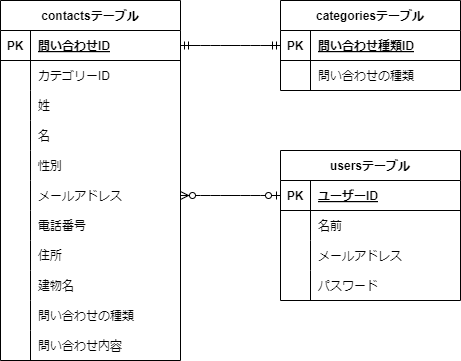
Above: ER.drawio.png in tontonkun/exam (draw.io), before the change. Source tidied: cells renumbered, new cells last; positions are measured from the earlier drawing's top-left corner, leaving out a move shared by most shapes. Source of this version:
```xml
<mxGraphModel>
  <root>
    <mxCell id="0" />
    <mxCell id="1" parent="0" />
    <mxCell id="2" value="contactsテーブル" style="shape=table;startSize=30;rowLines=0;fontStyle=1;align=center;" parent="1" vertex="1">
      <mxGeometry width="180" height="360" as="geometry" />
    </mxCell>
    <mxCell id="3" style="shape=tableRow;horizontal=0;startSize=0;swimlaneHead=0;swimlaneBody=0;fillColor=none;points=[[0,0.5],[1,0.5]];portConstraint=eastwest;top=0;left=0;right=0;bottom=1;" parent="2" vertex="1">
      <mxGeometry y="30" width="180" height="30" as="geometry" />
    </mxCell>
    <mxCell id="4" value="PK" style="shape=partialRectangle;fillColor=none;top=0;left=0;bottom=0;right=0;fontStyle=1;overflow=hidden;" parent="3" vertex="1">
      <mxGeometry width="30" height="30" as="geometry" />
    </mxCell>
    <mxCell id="5" value="問い合わせID" style="shape=partialRectangle;fillColor=none;top=0;left=0;bottom=0;right=0;align=left;spacingLeft=6;fontStyle=5;overflow=hidden;" parent="3" vertex="1">
      <mxGeometry x="30" width="150" height="30" as="geometry" />
    </mxCell>
    <mxCell id="6" style="shape=tableRow;horizontal=0;startSize=0;swimlaneHead=0;swimlaneBody=0;fillColor=none;top=0;left=0;right=0;bottom=0;" parent="2" vertex="1">
      <mxGeometry y="60" width="180" height="30" as="geometry" />
    </mxCell>
    <mxCell id="7" style="shape=partialRectangle;fillColor=none;top=0;left=0;bottom=0;right=0;overflow=hidden;" parent="6" vertex="1">
      <mxGeometry width="30" height="30" as="geometry" />
    </mxCell>
    <mxCell id="8" value="カテゴリーID" style="shape=partialRectangle;fillColor=none;top=0;left=0;bottom=0;right=0;align=left;spacingLeft=6;overflow=hidden;" parent="6" vertex="1">
      <mxGeometry x="30" width="150" height="30" as="geometry" />
    </mxCell>
    <mxCell id="9" style="shape=tableRow;horizontal=0;startSize=0;swimlaneHead=0;swimlaneBody=0;fillColor=none;top=0;left=0;right=0;bottom=0;" parent="2" vertex="1">
      <mxGeometry y="90" width="180" height="30" as="geometry" />
    </mxCell>
    <mxCell id="10" style="shape=partialRectangle;fillColor=none;top=0;left=0;bottom=0;right=0;overflow=hidden;" parent="9" vertex="1">
      <mxGeometry width="30" height="30" as="geometry" />
    </mxCell>
    <mxCell id="11" value="姓" style="shape=partialRectangle;fillColor=none;top=0;left=0;bottom=0;right=0;align=left;spacingLeft=6;overflow=hidden;" parent="9" vertex="1">
      <mxGeometry x="30" width="150" height="30" as="geometry" />
    </mxCell>
    <mxCell id="12" style="shape=tableRow;horizontal=0;startSize=0;swimlaneHead=0;swimlaneBody=0;fillColor=none;top=0;left=0;right=0;bottom=0;" parent="2" vertex="1">
      <mxGeometry y="120" width="180" height="30" as="geometry" />
    </mxCell>
    <mxCell id="13" style="shape=partialRectangle;fillColor=none;top=0;left=0;bottom=0;right=0;overflow=hidden;" parent="12" vertex="1">
      <mxGeometry width="30" height="30" as="geometry" />
    </mxCell>
    <mxCell id="14" value="名" style="shape=partialRectangle;fillColor=none;top=0;left=0;bottom=0;right=0;align=left;spacingLeft=6;overflow=hidden;" parent="12" vertex="1">
      <mxGeometry x="30" width="150" height="30" as="geometry" />
    </mxCell>
    <mxCell id="15" style="shape=tableRow;horizontal=0;startSize=0;swimlaneHead=0;swimlaneBody=0;fillColor=none;top=0;left=0;right=0;bottom=0;" parent="2" vertex="1">
      <mxGeometry y="150" width="180" height="30" as="geometry" />
    </mxCell>
    <mxCell id="16" style="shape=partialRectangle;fillColor=none;top=0;left=0;bottom=0;right=0;overflow=hidden;" parent="15" vertex="1">
      <mxGeometry width="30" height="30" as="geometry" />
    </mxCell>
    <mxCell id="17" value="性別" style="shape=partialRectangle;fillColor=none;top=0;left=0;bottom=0;right=0;align=left;spacingLeft=6;overflow=hidden;" parent="15" vertex="1">
      <mxGeometry x="30" width="150" height="30" as="geometry" />
    </mxCell>
    <mxCell id="18" style="shape=tableRow;horizontal=0;startSize=0;swimlaneHead=0;swimlaneBody=0;fillColor=none;points=[[0,0.5],[1,0.5]];portConstraint=eastwest;top=0;left=0;right=0;bottom=0;" parent="2" vertex="1">
      <mxGeometry y="180" width="180" height="30" as="geometry" />
    </mxCell>
    <mxCell id="19" style="shape=partialRectangle;fillColor=none;top=0;left=0;bottom=0;right=0;overflow=hidden;" parent="18" vertex="1">
      <mxGeometry width="30" height="30" as="geometry" />
    </mxCell>
    <mxCell id="20" value="メールアドレス" style="shape=partialRectangle;fillColor=none;top=0;left=0;bottom=0;right=0;align=left;spacingLeft=6;overflow=hidden;" parent="18" vertex="1">
      <mxGeometry x="30" width="150" height="30" as="geometry" />
    </mxCell>
    <mxCell id="21" style="shape=tableRow;horizontal=0;startSize=0;swimlaneHead=0;swimlaneBody=0;fillColor=none;top=0;left=0;right=0;bottom=0;" parent="2" vertex="1">
      <mxGeometry y="210" width="180" height="30" as="geometry" />
    </mxCell>
    <mxCell id="22" style="shape=partialRectangle;fillColor=none;top=0;left=0;bottom=0;right=0;overflow=hidden;" parent="21" vertex="1">
      <mxGeometry width="30" height="30" as="geometry" />
    </mxCell>
    <mxCell id="23" value="電話番号" style="shape=partialRectangle;fillColor=none;top=0;left=0;bottom=0;right=0;align=left;spacingLeft=6;overflow=hidden;" parent="21" vertex="1">
      <mxGeometry x="30" width="150" height="30" as="geometry" />
    </mxCell>
    <mxCell id="24" style="shape=tableRow;horizontal=0;startSize=0;swimlaneHead=0;swimlaneBody=0;fillColor=none;top=0;left=0;right=0;bottom=0;" parent="2" vertex="1">
      <mxGeometry y="240" width="180" height="30" as="geometry" />
    </mxCell>
    <mxCell id="25" style="shape=partialRectangle;fillColor=none;top=0;left=0;bottom=0;right=0;overflow=hidden;" parent="24" vertex="1">
      <mxGeometry width="30" height="30" as="geometry" />
    </mxCell>
    <mxCell id="26" value="住所" style="shape=partialRectangle;fillColor=none;top=0;left=0;bottom=0;right=0;align=left;spacingLeft=6;overflow=hidden;" parent="24" vertex="1">
      <mxGeometry x="30" width="150" height="30" as="geometry" />
    </mxCell>
    <mxCell id="27" style="shape=tableRow;horizontal=0;startSize=0;swimlaneHead=0;swimlaneBody=0;fillColor=none;top=0;left=0;right=0;bottom=0;" parent="2" vertex="1">
      <mxGeometry y="270" width="180" height="30" as="geometry" />
    </mxCell>
    <mxCell id="28" style="shape=partialRectangle;fillColor=none;top=0;left=0;bottom=0;right=0;overflow=hidden;" parent="27" vertex="1">
      <mxGeometry width="30" height="30" as="geometry" />
    </mxCell>
    <mxCell id="29" value="建物名" style="shape=partialRectangle;fillColor=none;top=0;left=0;bottom=0;right=0;align=left;spacingLeft=6;overflow=hidden;" parent="27" vertex="1">
      <mxGeometry x="30" width="150" height="30" as="geometry" />
    </mxCell>
    <mxCell id="30" style="shape=tableRow;horizontal=0;startSize=0;swimlaneHead=0;swimlaneBody=0;fillColor=none;top=0;left=0;right=0;bottom=0;" parent="2" vertex="1">
      <mxGeometry y="300" width="180" height="30" as="geometry" />
    </mxCell>
    <mxCell id="31" style="shape=partialRectangle;fillColor=none;top=0;left=0;bottom=0;right=0;overflow=hidden;" parent="30" vertex="1">
      <mxGeometry width="30" height="30" as="geometry" />
    </mxCell>
    <mxCell id="32" value="問い合わせの種類" style="shape=partialRectangle;fillColor=none;top=0;left=0;bottom=0;right=0;align=left;spacingLeft=6;overflow=hidden;" parent="30" vertex="1">
      <mxGeometry x="30" width="150" height="30" as="geometry" />
    </mxCell>
    <mxCell id="33" style="shape=tableRow;horizontal=0;startSize=0;swimlaneHead=0;swimlaneBody=0;fillColor=none;top=0;left=0;right=0;bottom=0;" parent="2" vertex="1">
      <mxGeometry y="330" width="180" height="30" as="geometry" />
    </mxCell>
    <mxCell id="34" style="shape=partialRectangle;fillColor=none;top=0;left=0;bottom=0;right=0;overflow=hidden;" parent="33" vertex="1">
      <mxGeometry width="30" height="30" as="geometry" />
    </mxCell>
    <mxCell id="35" value="問い合わせ内容" style="shape=partialRectangle;fillColor=none;top=0;left=0;bottom=0;right=0;align=left;spacingLeft=6;overflow=hidden;" parent="33" vertex="1">
      <mxGeometry x="30" width="150" height="30" as="geometry" />
    </mxCell>
    <mxCell id="36" value="categoriesテーブル" style="shape=table;startSize=30;rowLines=0;fontStyle=1;align=center;" parent="1" vertex="1">
      <mxGeometry x="280" width="180" height="90" as="geometry" />
    </mxCell>
    <mxCell id="37" style="shape=tableRow;horizontal=0;startSize=0;swimlaneHead=0;swimlaneBody=0;fillColor=none;points=[[0,0.5],[1,0.5]];portConstraint=eastwest;top=0;left=0;right=0;bottom=1;" parent="36" vertex="1">
      <mxGeometry y="30" width="180" height="30" as="geometry" />
    </mxCell>
    <mxCell id="38" value="PK" style="shape=partialRectangle;fillColor=none;top=0;left=0;bottom=0;right=0;fontStyle=1;overflow=hidden;" parent="37" vertex="1">
      <mxGeometry width="30" height="30" as="geometry" />
    </mxCell>
    <mxCell id="39" value="問い合わせ種類ID" style="shape=partialRectangle;fillColor=none;top=0;left=0;bottom=0;right=0;align=left;spacingLeft=6;fontStyle=5;overflow=hidden;" parent="37" vertex="1">
      <mxGeometry x="30" width="150" height="30" as="geometry" />
    </mxCell>
    <mxCell id="40" style="shape=tableRow;horizontal=0;startSize=0;swimlaneHead=0;swimlaneBody=0;fillColor=none;top=0;left=0;right=0;bottom=0;" parent="36" vertex="1">
      <mxGeometry y="60" width="180" height="30" as="geometry" />
    </mxCell>
    <mxCell id="41" style="shape=partialRectangle;fillColor=none;top=0;left=0;bottom=0;right=0;overflow=hidden;" parent="40" vertex="1">
      <mxGeometry width="30" height="30" as="geometry" />
    </mxCell>
    <mxCell id="42" value="問い合わせの種類" style="shape=partialRectangle;fillColor=none;top=0;left=0;bottom=0;right=0;align=left;spacingLeft=6;overflow=hidden;" parent="40" vertex="1">
      <mxGeometry x="30" width="150" height="30" as="geometry" />
    </mxCell>
    <mxCell id="43" value="usersテーブル" style="shape=table;startSize=30;rowLines=0;fontStyle=1;align=center;" parent="1" vertex="1">
      <mxGeometry x="280" y="150" width="180" height="150" as="geometry" />
    </mxCell>
    <mxCell id="44" style="shape=tableRow;horizontal=0;startSize=0;swimlaneHead=0;swimlaneBody=0;fillColor=none;points=[[0,0.5],[1,0.5]];portConstraint=eastwest;top=0;left=0;right=0;bottom=1;" parent="43" vertex="1">
      <mxGeometry y="30" width="180" height="30" as="geometry" />
    </mxCell>
    <mxCell id="45" value="PK" style="shape=partialRectangle;fillColor=none;top=0;left=0;bottom=0;right=0;fontStyle=1;overflow=hidden;" parent="44" vertex="1">
      <mxGeometry width="30" height="30" as="geometry" />
    </mxCell>
    <mxCell id="46" value="ユーザーID" style="shape=partialRectangle;fillColor=none;top=0;left=0;bottom=0;right=0;align=left;spacingLeft=6;fontStyle=5;overflow=hidden;" parent="44" vertex="1">
      <mxGeometry x="30" width="150" height="30" as="geometry" />
    </mxCell>
    <mxCell id="47" style="shape=tableRow;horizontal=0;startSize=0;swimlaneHead=0;swimlaneBody=0;fillColor=none;top=0;left=0;right=0;bottom=0;" parent="43" vertex="1">
      <mxGeometry y="60" width="180" height="30" as="geometry" />
    </mxCell>
    <mxCell id="48" style="shape=partialRectangle;fillColor=none;top=0;left=0;bottom=0;right=0;overflow=hidden;" parent="47" vertex="1">
      <mxGeometry width="30" height="30" as="geometry" />
    </mxCell>
    <mxCell id="49" value="名前" style="shape=partialRectangle;fillColor=none;top=0;left=0;bottom=0;right=0;align=left;spacingLeft=6;overflow=hidden;" parent="47" vertex="1">
      <mxGeometry x="30" width="150" height="30" as="geometry" />
    </mxCell>
    <mxCell id="50" style="shape=tableRow;horizontal=0;startSize=0;swimlaneHead=0;swimlaneBody=0;fillColor=none;top=0;left=0;right=0;bottom=0;" parent="43" vertex="1">
      <mxGeometry y="90" width="180" height="30" as="geometry" />
    </mxCell>
    <mxCell id="51" style="shape=partialRectangle;fillColor=none;top=0;left=0;bottom=0;right=0;overflow=hidden;" parent="50" vertex="1">
      <mxGeometry width="30" height="30" as="geometry" />
    </mxCell>
    <mxCell id="52" value="メールアドレス" style="shape=partialRectangle;fillColor=none;top=0;left=0;bottom=0;right=0;align=left;spacingLeft=6;overflow=hidden;" parent="50" vertex="1">
      <mxGeometry x="30" width="150" height="30" as="geometry" />
    </mxCell>
    <mxCell id="53" style="shape=tableRow;horizontal=0;startSize=0;swimlaneHead=0;swimlaneBody=0;fillColor=none;top=0;left=0;right=0;bottom=0;" parent="43" vertex="1">
      <mxGeometry y="120" width="180" height="30" as="geometry" />
    </mxCell>
    <mxCell id="54" style="shape=partialRectangle;fillColor=none;top=0;left=0;bottom=0;right=0;overflow=hidden;" parent="53" vertex="1">
      <mxGeometry width="30" height="30" as="geometry" />
    </mxCell>
    <mxCell id="55" value="パスワード" style="shape=partialRectangle;fillColor=none;top=0;left=0;bottom=0;right=0;align=left;spacingLeft=6;overflow=hidden;" parent="53" vertex="1">
      <mxGeometry x="30" width="150" height="30" as="geometry" />
    </mxCell>
    <mxCell id="56" style="edgeStyle=entityRelationEdgeStyle;fontSize=12;html=1;endArrow=ERmandOne;startArrow=ERmandOne;entryX=0;entryY=0.5;entryDx=0;entryDy=0;exitX=1;exitY=0.5;exitDx=0;exitDy=0;" parent="1" edge="1" source="3" target="37">
      <mxGeometry relative="1" as="geometry" />
    </mxCell>
    <mxCell id="57" style="edgeStyle=entityRelationEdgeStyle;fontSize=12;html=1;endArrow=ERzeroToMany;startArrow=ERzeroToOne;exitX=0;exitY=0.5;exitDx=0;exitDy=0;entryX=1;entryY=0.5;entryDx=0;entryDy=0;" parent="1" edge="1" source="44" target="18">
      <mxGeometry relative="1" as="geometry" />
    </mxCell>
  </root>
</mxGraphModel>
```
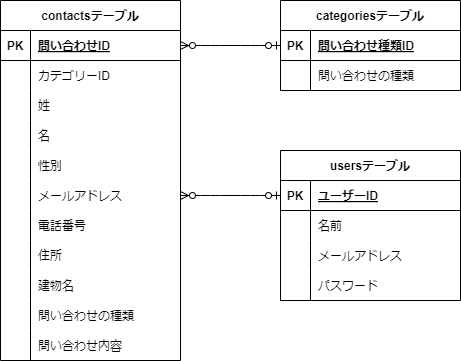
Above is the later version.

Change to the diagram source:
```diff
@@ -164,11 +164,11 @@
     <mxCell id="55" value="パスワード" style="shape=partialRectangle;fillColor=none;top=0;left=0;bottom=0;right=0;align=left;spacingLeft=6;overflow=hidden;" parent="53" vertex="1">
       <mxGeometry x="30" width="150" height="30" as="geometry" />
     </mxCell>
-    <mxCell id="56" style="edgeStyle=entityRelationEdgeStyle;fontSize=12;html=1;endArrow=ERmandOne;startArrow=ERmandOne;entryX=0;entryY=0.5;entryDx=0;entryDy=0;exitX=1;exitY=0.5;exitDx=0;exitDy=0;" parent="1" edge="1" source="3" target="37">
-      <mxGeometry relative="1" as="geometry" />
-    </mxCell>
     <mxCell id="57" style="edgeStyle=entityRelationEdgeStyle;fontSize=12;html=1;endArrow=ERzeroToMany;startArrow=ERzeroToOne;exitX=0;exitY=0.5;exitDx=0;exitDy=0;entryX=1;entryY=0.5;entryDx=0;entryDy=0;" parent="1" edge="1" source="44" target="18">
       <mxGeometry relative="1" as="geometry" />
     </mxCell>
+    <mxCell id="58" style="edgeStyle=entityRelationEdgeStyle;fontSize=12;html=1;endArrow=ERzeroToMany;startArrow=ERzeroToOne;exitX=0;exitY=0.5;exitDx=0;exitDy=0;entryX=1;entryY=0.5;entryDx=0;entryDy=0;" parent="1" edge="1" source="37" target="3">
+      <mxGeometry relative="1" as="geometry" />
+    </mxCell>
   </root>
 </mxGraphModel>
```
